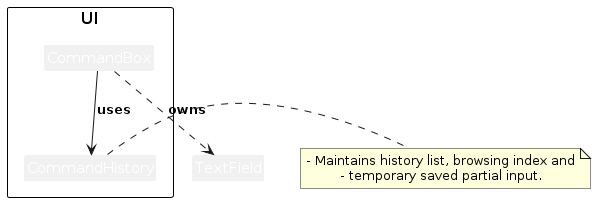
The PlantUML diagram diagrams/CommandHistoryClassDiagram.png in x3zapper/tp, before a commit. Its source is kept beside it as diagrams/CommandHistoryClassDiagram.puml.
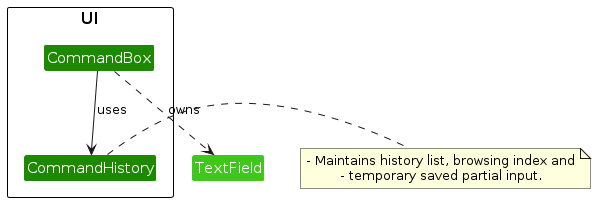
Above is the later version.

Diff of the diagram source:
```diff
@@ -1,5 +1,9 @@
 @startuml
 !include style.puml
+
+skinparam ArrowFontStyle plain
+skinparam classBackgroundColor UI_COLOR
+Class TextField UI_COLOR_T2
 
 package "UI" {
   class CommandBox {
```
